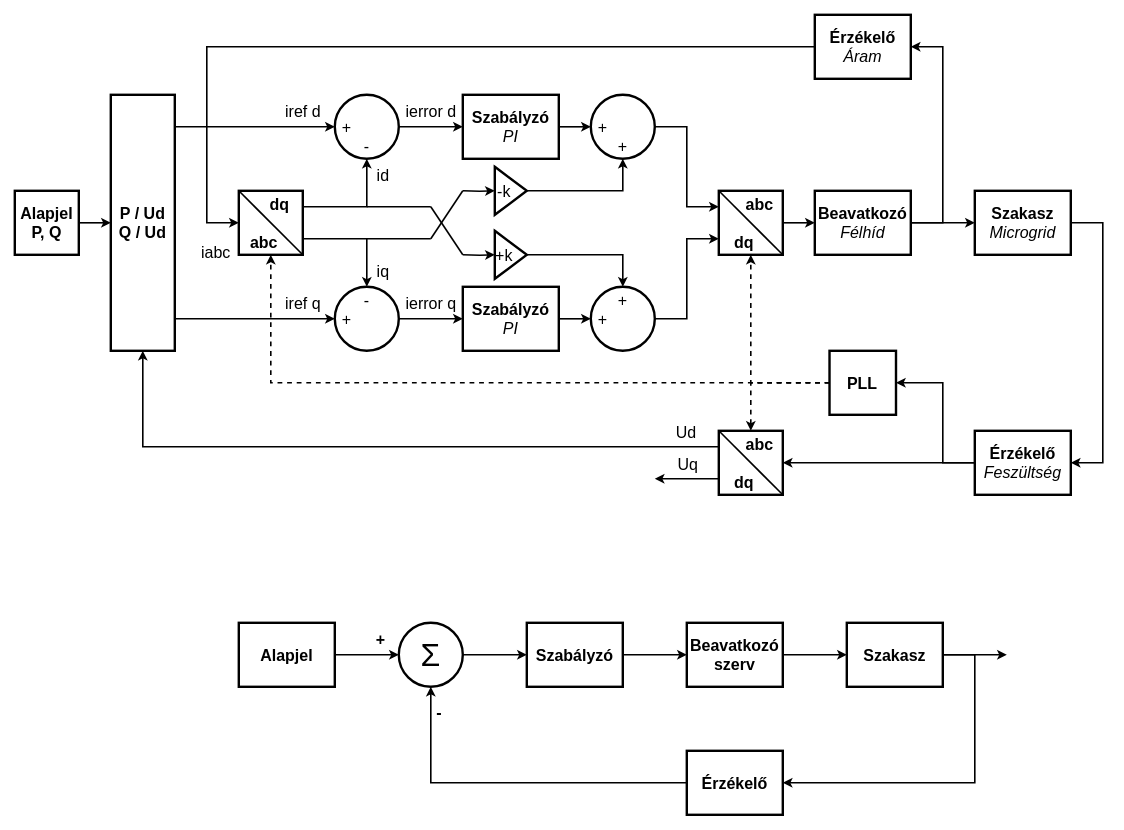
Earlier version of the draw.io diagram page "Control Loop" (2 of 11) of Graphics/Inverter Graphics.drawio (SukuWc/SGM-Inverter). Source tidied: cells renumbered, new cells numbered last; positions are measured from the earlier drawing's top-left corner, leaving out a move shared by most shapes. Both pictures are drawn from the tidied source at 80%, with x=0, y=0 at pixel (14, 14).
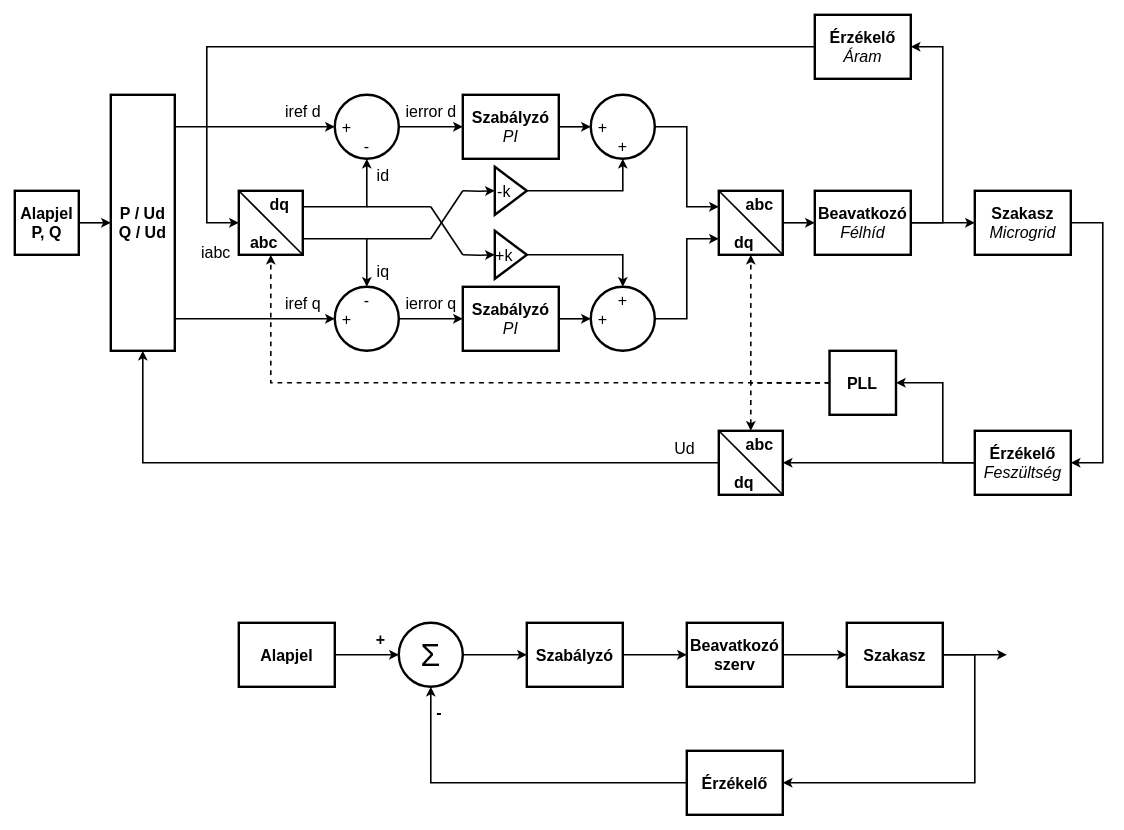
The same page after the edit.

The change refers to these unchanged cells:
```xml
<mxCell id="39" value="P / Ud&lt;br&gt;Q / Ud" style="rounded=0;whiteSpace=wrap;html=1;strokeWidth=3;fillColor=#ffffff;fontSize=20;fontStyle=1;" parent="1" vertex="1">
  <mxGeometry x="120" y="100" width="80" height="320" as="geometry" />
</mxCell>
<mxCell id="40" value="&amp;nbsp;&amp;nbsp;&amp;nbsp; abc&lt;br&gt;&lt;div&gt;&lt;br&gt;&lt;/div&gt;&lt;div&gt;dq &amp;nbsp;&amp;nbsp; &lt;br&gt;&lt;/div&gt;" style="rounded=0;whiteSpace=wrap;html=1;strokeWidth=3;fillColor=#ffffff;fontSize=20;fontStyle=1;" parent="1" vertex="1">
  <mxGeometry x="880" y="520" width="80" height="80" as="geometry" />
</mxCell>
```

Change to the diagram source:
```diff
@@
-    <mxCell id="36" style="edgeStyle=orthogonalEdgeStyle;rounded=0;jettySize=auto;html=1;exitX=0;exitY=0.25;exitDx=0;exitDy=0;startArrow=none;startFill=0;endArrow=classic;endFill=1;strokeWidth=2;fontSize=20;entryX=0.5;entryY=1;entryDx=0;entryDy=0;" parent="1" edge="1" source="40" target="39">
+    <mxCell id="36" style="edgeStyle=orthogonalEdgeStyle;rounded=0;jettySize=auto;html=1;exitX=0;exitY=0.5;exitDx=0;exitDy=0;startArrow=none;startFill=0;endArrow=classic;endFill=1;strokeWidth=2;fontSize=20;entryX=0.5;entryY=1;entryDx=0;entryDy=0;" parent="1" edge="1" source="40" target="39">
       <mxGeometry relative="1" as="geometry">
         <Array as="points">
-          <mxPoint x="160" y="540" />
+          <mxPoint x="160" y="560" />
         </Array>
       </mxGeometry>
     </mxCell>
@@
-    <mxCell id="38" value="Uq" style="edgeStyle=orthogonalEdgeStyle;rounded=0;jettySize=auto;html=1;exitX=0;exitY=0.75;exitDx=0;exitDy=0;startArrow=none;startFill=0;endArrow=classic;endFill=1;strokeWidth=2;fontSize=20;" parent="1" edge="1" source="40">
-      <mxGeometry y="-20" relative="1" as="geometry">
-        <mxPoint x="800" y="580" as="targetPoint" />
-      </mxGeometry>
-    </mxCell>
```
